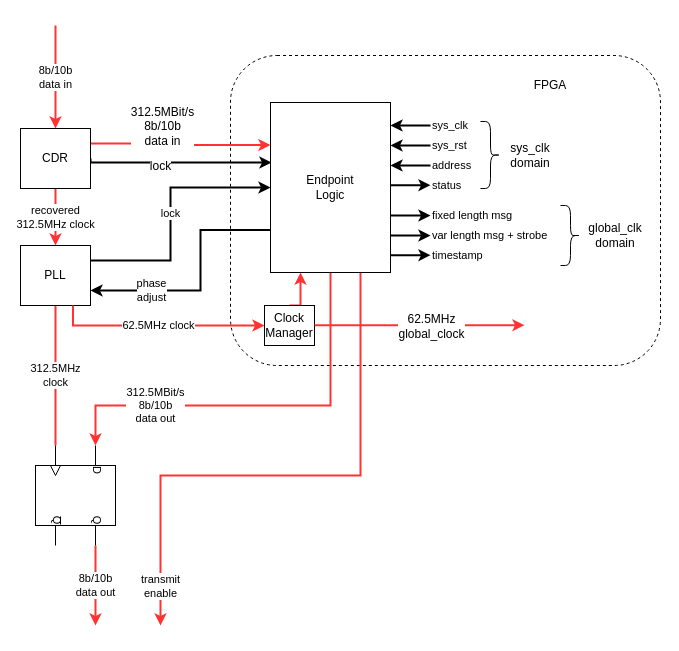
Before: timing_endpoint_block.drawio in DavidCussans/DUNE-_iming_System_Protocol_PDTS_Protocol, a draw.io diagram. Source tidied: cells renumbered, new cells numbered last; positions are measured from the earlier drawing's top-left corner, leaving out a move shared by most shapes. Both pictures are drawn from the tidied source at 100%, with x=0, y=0 at pixel (20, 25).
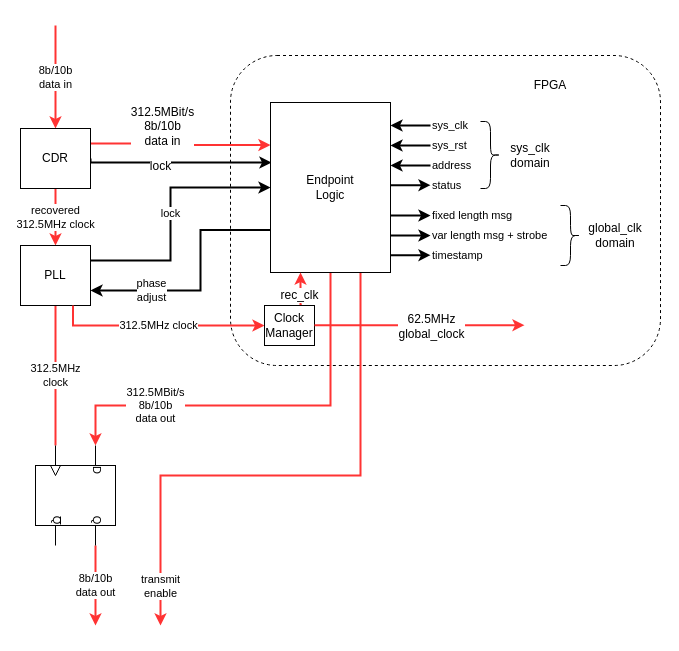
The same diagram, later.

The change refers to these unchanged cells:
```xml
<mxCell id="13" value="PLL" style="rounded=0;whiteSpace=wrap;html=1;" parent="1" vertex="1">
  <mxGeometry y="220" width="70" height="60" as="geometry" />
</mxCell>
<mxCell id="19" value="&lt;div&gt;Endpoint&lt;/div&gt;&lt;div&gt;Logic&lt;br&gt;&lt;/div&gt;" style="rounded=0;whiteSpace=wrap;html=1;" parent="1" vertex="1">
  <mxGeometry x="250" y="77" width="120" height="170" as="geometry" />
</mxCell>
<mxCell id="22" value="&lt;div&gt;Clock&lt;/div&gt;&lt;div&gt;Manager&lt;br&gt;&lt;/div&gt;" style="rounded=0;whiteSpace=wrap;html=1;" parent="1" vertex="1">
  <mxGeometry x="244" y="280" width="50" height="40" as="geometry" />
</mxCell>
```

Diff of the diagram source:
```diff
@@
-    <mxCell id="20" style="edgeStyle=orthogonalEdgeStyle;rounded=0;jettySize=auto;html=1;exitX=0.5;exitY=0;exitDx=0;exitDy=0;entryX=0.25;entryY=1;entryDx=0;entryDy=0;startArrow=none;startFill=0;endArrow=classic;endFill=1;strokeColor=#FF3333;strokeWidth=2;" parent="1" edge="1" source="22" target="19">
+    <mxCell id="20" style="edgeStyle=orthogonalEdgeStyle;rounded=0;jettySize=auto;html=1;exitX=0.75;exitY=0;exitDx=0;exitDy=0;entryX=0.25;entryY=1;entryDx=0;entryDy=0;startArrow=none;startFill=0;endArrow=classic;endFill=1;strokeColor=#FF3333;strokeWidth=2;" parent="1" edge="1" source="22" target="19">
       <mxGeometry relative="1" as="geometry" />
     </mxCell>
+    <mxCell id="36" value="rec_clk" style="text;html=1;align=center;verticalAlign=middle;labelBackgroundColor=#ffffff;" parent="20" vertex="1">
+      <mxGeometry x="-0.29" y="2" relative="1" as="geometry" />
+    </mxCell>
-    <mxCell id="21" value="&lt;div&gt;62.5MHz clock&lt;br&gt;&lt;/div&gt;" style="edgeStyle=orthogonalEdgeStyle;rounded=0;jettySize=auto;html=1;exitX=0;exitY=0.5;exitDx=0;exitDy=0;startArrow=classic;startFill=1;endArrow=none;endFill=0;strokeColor=#FF3333;strokeWidth=2;entryX=0.75;entryY=1;entryDx=0;entryDy=0;" parent="1" edge="1" source="22" target="13">
+    <mxCell id="21" value="&lt;div&gt;312.5MHz clock&lt;br&gt;&lt;/div&gt;" style="edgeStyle=orthogonalEdgeStyle;rounded=0;jettySize=auto;html=1;exitX=0;exitY=0.5;exitDx=0;exitDy=0;startArrow=classic;startFill=1;endArrow=none;endFill=0;strokeColor=#FF3333;strokeWidth=2;entryX=0.75;entryY=1;entryDx=0;entryDy=0;" parent="1" edge="1" source="22" target="13">
       <mxGeometry relative="1" as="geometry">
         <Array as="points">
           <mxPoint x="53" y="300" />
         </Array>
       </mxGeometry>
     </mxCell>
```
